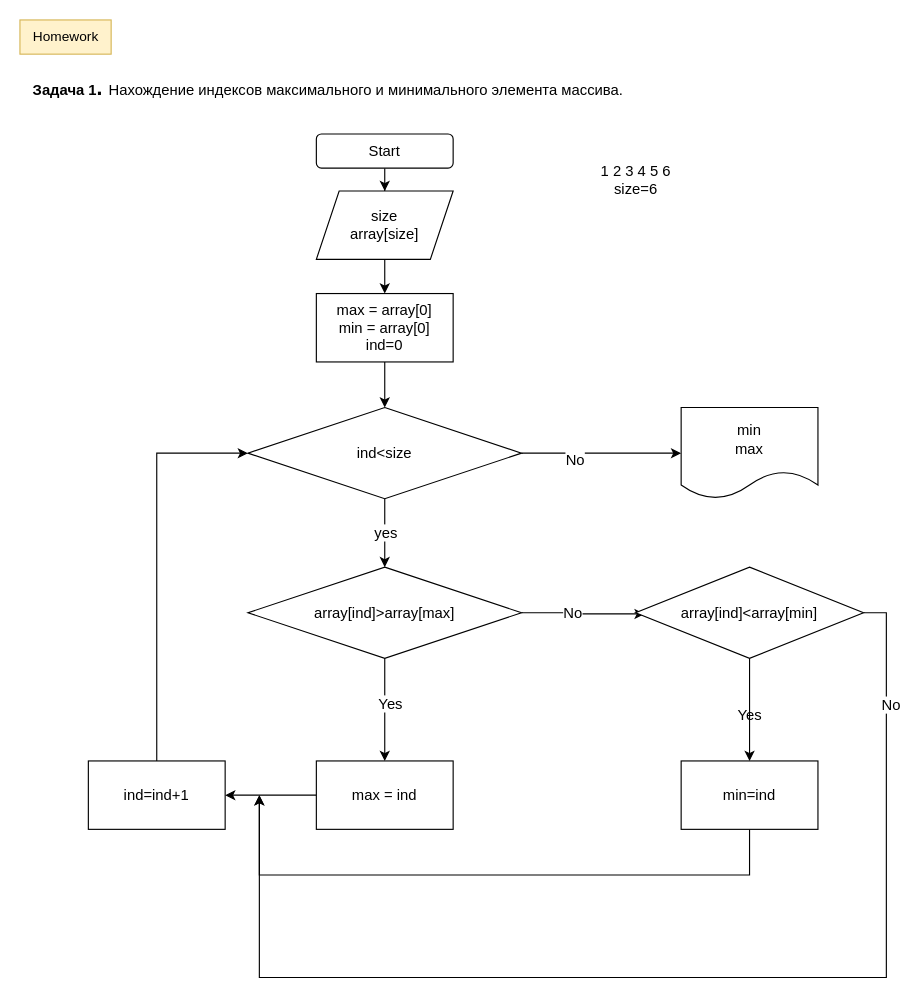
The draw.io diagram page "HW.Task1" (11 of 11) of Homework6/9/22.drawio in margobiyun/python, before the edit. Source tidied: cells renumbered, new cells numbered last; positions are measured from the earlier drawing's top-left corner, leaving out a move shared by most shapes. Both pictures are drawn from the tidied source at 114%, with x=0, y=0 at pixel (19, 19).
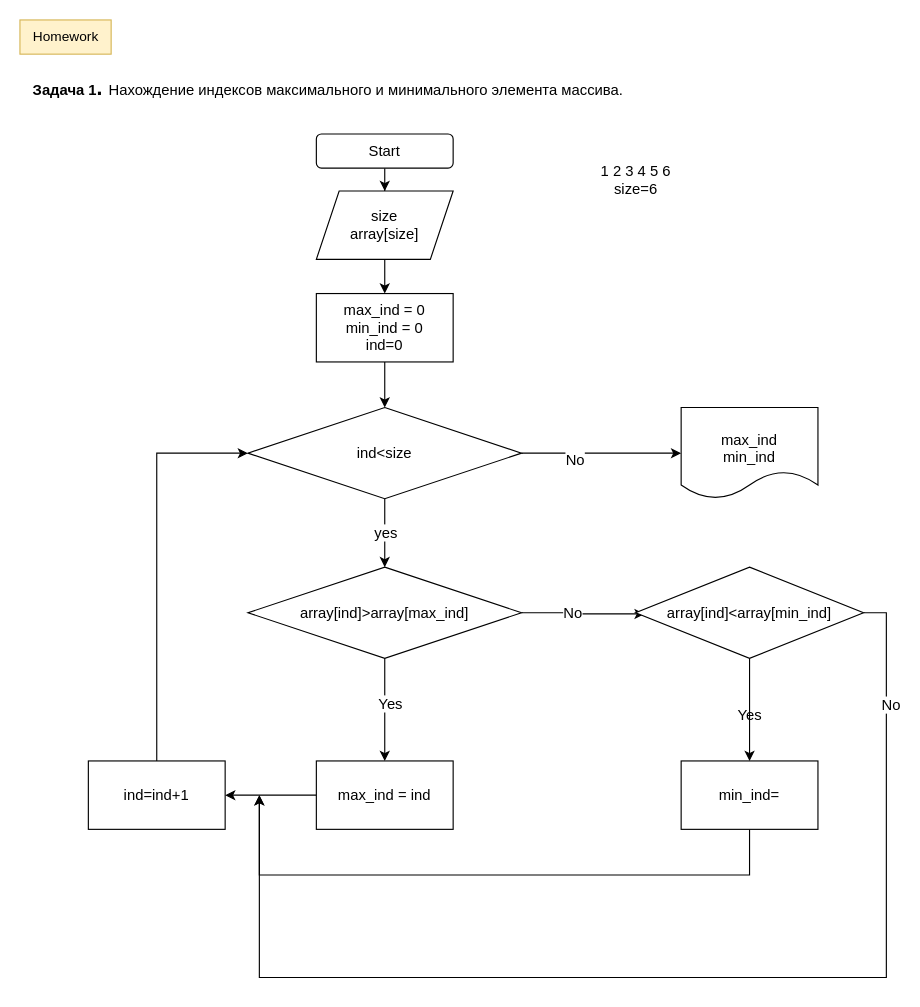
Above is the later version.

What changed in the source:
```diff
@@
-    <mxCell id="9" value="max = array[0]&lt;br&gt;min = array[0]&lt;br&gt;ind=0" style="whiteSpace=wrap;html=1;fontSize=13;" parent="1" vertex="1">
+    <mxCell id="9" value="max_ind = 0&lt;br&gt;min_ind = 0&lt;br&gt;ind=0" style="whiteSpace=wrap;html=1;fontSize=13;" parent="1" vertex="1">
       <mxGeometry x="260" y="240" width="120" height="60" as="geometry" />
     </mxCell>
@@
-    <mxCell id="19" value="array[ind]&amp;gt;array[max]" style="rhombus;whiteSpace=wrap;html=1;fontSize=13;" parent="1" vertex="1">
+    <mxCell id="19" value="array[ind]&amp;gt;array[max_ind]" style="rhombus;whiteSpace=wrap;html=1;fontSize=13;" parent="1" vertex="1">
       <mxGeometry x="200" y="480" width="240" height="80" as="geometry" />
     </mxCell>
@@
-    <mxCell id="21" value="max = ind" style="whiteSpace=wrap;html=1;fontSize=13;" parent="1" vertex="1">
+    <mxCell id="21" value="max_ind = ind" style="whiteSpace=wrap;html=1;fontSize=13;" parent="1" vertex="1">
       <mxGeometry x="260" y="650" width="120" height="60" as="geometry" />
     </mxCell>
@@
-    <mxCell id="28" value="array[ind]&amp;lt;array[min]" style="rhombus;whiteSpace=wrap;html=1;fontSize=13;" parent="1" vertex="1">
+    <mxCell id="28" value="array[ind]&amp;lt;array[min_ind]" style="rhombus;whiteSpace=wrap;html=1;fontSize=13;" parent="1" vertex="1">
       <mxGeometry x="540" y="480" width="200" height="80" as="geometry" />
     </mxCell>
@@
-    <mxCell id="30" value="min=ind" style="whiteSpace=wrap;html=1;fontSize=13;" parent="1" vertex="1">
+    <mxCell id="30" value="min_ind=" style="whiteSpace=wrap;html=1;fontSize=13;" parent="1" vertex="1">
       <mxGeometry x="580" y="650" width="120" height="60" as="geometry" />
     </mxCell>
@@
-    <mxCell id="32" value="min&lt;br&gt;max" style="shape=document;whiteSpace=wrap;html=1;boundedLbl=1;fontSize=13;" parent="1" vertex="1">
+    <mxCell id="32" value="&lt;br&gt;max_ind&lt;br&gt;min_ind" style="shape=document;whiteSpace=wrap;html=1;boundedLbl=1;fontSize=13;" parent="1" vertex="1">
       <mxGeometry x="580" y="340" width="120" height="80" as="geometry" />
     </mxCell>
```
